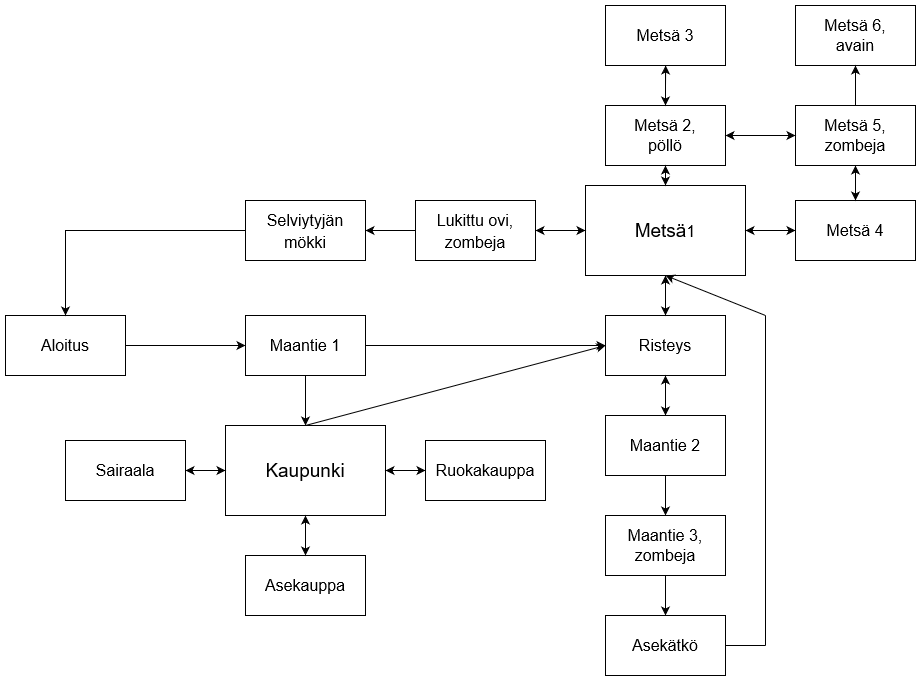
Mikael-Lenander/O1-tekstipeli-Zombiseikkailu keeps this draw.io diagram as map.png. Above is the earlier version. Source tidied: cells renumbered, new cells last; positions are measured from the earlier drawing's top-left corner, leaving out a move shared by most shapes. The source it was exported from:
```xml
<mxGraphModel>
  <root>
    <mxCell id="0" />
    <mxCell id="1" parent="0" />
    <mxCell id="2" value="&lt;font style=&quot;font-size: 16px&quot;&gt;Aloitus&lt;/font&gt;" style="rounded=0;whiteSpace=wrap;html=1;fontColor=default;strokeColor=default;fillColor=default;" parent="1" vertex="1">
      <mxGeometry y="310" width="120" height="60" as="geometry" />
    </mxCell>
    <mxCell id="3" style="endArrow=classic;html=1;rounded=0;fontSize=16;fontColor=default;exitX=1;exitY=0.5;exitDx=0;exitDy=0;strokeColor=default;labelBackgroundColor=default;entryX=0;entryY=0.5;entryDx=0;entryDy=0;" parent="1" edge="1" source="2" target="4">
      <mxGeometry relative="1" as="geometry" />
    </mxCell>
    <mxCell id="4" value="Maantie 1" style="rounded=0;whiteSpace=wrap;html=1;fontSize=16;fontColor=default;strokeColor=default;fillColor=default;" parent="1" vertex="1">
      <mxGeometry x="240" y="310" width="120" height="60" as="geometry" />
    </mxCell>
    <mxCell id="5" style="endArrow=classic;html=1;rounded=0;labelBackgroundColor=default;fontSize=16;fontColor=default;strokeColor=default;exitX=0.5;exitY=1;exitDx=0;exitDy=0;entryX=0.5;entryY=0;entryDx=0;entryDy=0;" parent="1" edge="1" source="4" target="6">
      <mxGeometry relative="1" as="geometry" />
    </mxCell>
    <mxCell id="6" value="&lt;font style=&quot;font-size: 19px&quot;&gt;Kaupunki&lt;/font&gt;" style="rounded=0;whiteSpace=wrap;html=1;fontSize=16;fontColor=default;strokeColor=default;fillColor=default;" parent="1" vertex="1">
      <mxGeometry x="220" y="420" width="160" height="90" as="geometry" />
    </mxCell>
    <mxCell id="7" style="endArrow=classic;html=1;rounded=0;labelBackgroundColor=default;fontSize=19;fontColor=default;strokeColor=default;exitX=1;exitY=0.5;exitDx=0;exitDy=0;fillColor=default;" parent="1" edge="1" source="6">
      <mxGeometry relative="1" as="geometry">
        <mxPoint x="420" y="465" as="targetPoint" />
      </mxGeometry>
    </mxCell>
    <mxCell id="8" style="endArrow=classic;html=1;rounded=0;labelBackgroundColor=default;fontSize=19;fontColor=default;strokeColor=default;exitX=0;exitY=0.5;exitDx=0;exitDy=0;fillColor=default;" parent="1" edge="1" source="6">
      <mxGeometry relative="1" as="geometry">
        <mxPoint x="180" y="465" as="targetPoint" />
      </mxGeometry>
    </mxCell>
    <mxCell id="9" style="edgeStyle=orthogonalEdgeStyle;rounded=0;jettySize=auto;html=1;" parent="1" edge="1" source="10" target="6">
      <mxGeometry relative="1" as="geometry" />
    </mxCell>
    <mxCell id="10" value="&lt;font style=&quot;font-size: 16px&quot;&gt;Sairaala&lt;/font&gt;" style="rounded=0;whiteSpace=wrap;html=1;fontColor=default;strokeColor=default;fillColor=default;" parent="1" vertex="1">
      <mxGeometry x="60" y="435" width="120" height="60" as="geometry" />
    </mxCell>
    <mxCell id="11" value="&lt;font style=&quot;font-size: 16px&quot;&gt;Asekauppa&lt;/font&gt;" style="rounded=0;whiteSpace=wrap;html=1;fontColor=default;strokeColor=default;fillColor=default;" parent="1" vertex="1">
      <mxGeometry x="240" y="550" width="120" height="60" as="geometry" />
    </mxCell>
    <mxCell id="12" style="edgeStyle=orthogonalEdgeStyle;rounded=0;jettySize=auto;html=1;" parent="1" edge="1" source="13" target="6">
      <mxGeometry relative="1" as="geometry" />
    </mxCell>
    <mxCell id="13" value="&lt;font style=&quot;font-size: 16px&quot;&gt;Ruokakauppa&lt;/font&gt;" style="rounded=0;whiteSpace=wrap;html=1;fontColor=default;strokeColor=default;fillColor=default;" parent="1" vertex="1">
      <mxGeometry x="420" y="435" width="120" height="60" as="geometry" />
    </mxCell>
    <mxCell id="14" style="endArrow=classic;html=1;rounded=0;labelBackgroundColor=default;fontSize=16;fontColor=default;strokeColor=default;exitX=1;exitY=0.5;exitDx=0;exitDy=0;entryX=0;entryY=0.5;entryDx=0;entryDy=0;" parent="1" edge="1" source="4" target="15">
      <mxGeometry relative="1" as="geometry" />
    </mxCell>
    <mxCell id="15" value="Risteys" style="rounded=0;whiteSpace=wrap;html=1;fontSize=16;fontColor=default;strokeColor=default;fillColor=default;" parent="1" vertex="1">
      <mxGeometry x="600" y="310" width="120" height="60" as="geometry" />
    </mxCell>
    <mxCell id="16" style="endArrow=classic;html=1;rounded=0;labelBackgroundColor=default;fontSize=16;fontColor=default;strokeColor=default;exitX=0.5;exitY=1;exitDx=0;exitDy=0;" parent="1" edge="1" source="15">
      <mxGeometry relative="1" as="geometry">
        <mxPoint x="660" y="410" as="targetPoint" />
      </mxGeometry>
    </mxCell>
    <mxCell id="17" style="edgeStyle=orthogonalEdgeStyle;rounded=0;jettySize=auto;html=1;" parent="1" edge="1" source="18" target="15">
      <mxGeometry relative="1" as="geometry" />
    </mxCell>
    <mxCell id="18" value="Maantie 2" style="rounded=0;whiteSpace=wrap;html=1;fontSize=16;fontColor=default;strokeColor=default;fillColor=default;" parent="1" vertex="1">
      <mxGeometry x="600" y="410" width="120" height="60" as="geometry" />
    </mxCell>
    <mxCell id="19" style="endArrow=classic;html=1;rounded=0;labelBackgroundColor=default;fontSize=16;fontColor=default;strokeColor=default;fillColor=default;exitX=0.5;exitY=1;exitDx=0;exitDy=0;" parent="1" edge="1" source="18">
      <mxGeometry relative="1" as="geometry">
        <mxPoint x="660" y="510" as="targetPoint" />
      </mxGeometry>
    </mxCell>
    <mxCell id="20" value="&lt;div&gt;Maantie 3,&lt;/div&gt;&lt;div&gt;zombeja&lt;br&gt;&lt;/div&gt;" style="rounded=0;whiteSpace=wrap;html=1;fontSize=16;fontColor=default;strokeColor=default;fillColor=default;" parent="1" vertex="1">
      <mxGeometry x="600" y="510" width="120" height="60" as="geometry" />
    </mxCell>
    <mxCell id="21" style="endArrow=classic;html=1;rounded=0;labelBackgroundColor=default;fontSize=16;fontColor=default;strokeColor=default;fillColor=default;exitX=0.5;exitY=1;exitDx=0;exitDy=0;" parent="1" edge="1" source="20">
      <mxGeometry relative="1" as="geometry">
        <mxPoint x="660" y="610" as="targetPoint" />
      </mxGeometry>
    </mxCell>
    <mxCell id="22" style="endArrow=none;html=1;rounded=0;labelBackgroundColor=default;fontSize=16;fontColor=default;strokeColor=default;fillColor=default;" parent="1" edge="1">
      <mxGeometry relative="1" as="geometry">
        <mxPoint x="760" y="640" as="sourcePoint" />
        <mxPoint x="760" y="310" as="targetPoint" />
      </mxGeometry>
    </mxCell>
    <mxCell id="23" value="Asekätkö" style="rounded=0;whiteSpace=wrap;html=1;fontSize=16;fontColor=default;strokeColor=default;fillColor=default;" parent="1" vertex="1">
      <mxGeometry x="600" y="610" width="120" height="60" as="geometry" />
    </mxCell>
    <mxCell id="24" style="endArrow=classic;html=1;rounded=0;labelBackgroundColor=default;fontSize=16;fontColor=default;strokeColor=default;fillColor=default;exitX=0.5;exitY=0;exitDx=0;exitDy=0;" parent="1" edge="1" source="15">
      <mxGeometry relative="1" as="geometry">
        <mxPoint x="660" y="270" as="targetPoint" />
      </mxGeometry>
    </mxCell>
    <mxCell id="25" style="edgeStyle=orthogonalEdgeStyle;rounded=0;jettySize=auto;html=1;" parent="1" edge="1" source="26" target="15">
      <mxGeometry relative="1" as="geometry" />
    </mxCell>
    <mxCell id="26" value="&lt;font style=&quot;font-size: 19px&quot;&gt;Metsä&lt;/font&gt;1" style="rounded=0;whiteSpace=wrap;html=1;fontSize=16;fontColor=default;strokeColor=default;fillColor=default;" parent="1" vertex="1">
      <mxGeometry x="580" y="180" width="160" height="90" as="geometry" />
    </mxCell>
    <mxCell id="27" style="endArrow=classic;html=1;rounded=0;labelBackgroundColor=default;fontSize=19;fontColor=default;strokeColor=default;fillColor=default;exitX=1;exitY=0.5;exitDx=0;exitDy=0;" parent="1" edge="1" source="26">
      <mxGeometry relative="1" as="geometry">
        <mxPoint x="790" y="225" as="targetPoint" />
      </mxGeometry>
    </mxCell>
    <mxCell id="28" style="edgeStyle=orthogonalEdgeStyle;rounded=0;jettySize=auto;html=1;" parent="1" edge="1" source="29" target="26">
      <mxGeometry relative="1" as="geometry" />
    </mxCell>
    <mxCell id="29" value="Metsä 4" style="rounded=0;whiteSpace=wrap;html=1;fontSize=16;fontColor=default;strokeColor=default;fillColor=default;" parent="1" vertex="1">
      <mxGeometry x="790" y="195" width="120" height="60" as="geometry" />
    </mxCell>
    <mxCell id="30" style="endArrow=classic;html=1;rounded=0;labelBackgroundColor=default;fontSize=19;fontColor=default;strokeColor=default;fillColor=default;exitX=0;exitY=0.5;exitDx=0;exitDy=0;" parent="1" edge="1" source="26">
      <mxGeometry relative="1" as="geometry">
        <mxPoint x="530" y="225" as="targetPoint" />
      </mxGeometry>
    </mxCell>
    <mxCell id="31" style="edgeStyle=orthogonalEdgeStyle;rounded=0;jettySize=auto;html=1;" parent="1" edge="1" source="32" target="26">
      <mxGeometry relative="1" as="geometry" />
    </mxCell>
    <mxCell id="32" value="&lt;div&gt;&lt;font style=&quot;font-size: 16px&quot;&gt;Lukittu ovi,&lt;/font&gt;&lt;/div&gt;&lt;div&gt;&lt;font style=&quot;font-size: 16px&quot;&gt;zombeja&lt;br&gt;&lt;/font&gt;&lt;/div&gt;" style="rounded=0;whiteSpace=wrap;html=1;fontSize=19;fontColor=default;strokeColor=default;fillColor=default;" parent="1" vertex="1">
      <mxGeometry x="410" y="195" width="120" height="60" as="geometry" />
    </mxCell>
    <mxCell id="33" style="endArrow=classic;html=1;rounded=0;labelBackgroundColor=default;fontSize=16;fontColor=default;strokeColor=default;fillColor=default;exitX=0.5;exitY=0;exitDx=0;exitDy=0;" parent="1" edge="1" source="29">
      <mxGeometry relative="1" as="geometry">
        <mxPoint x="850" y="160" as="targetPoint" />
      </mxGeometry>
    </mxCell>
    <mxCell id="34" style="edgeStyle=orthogonalEdgeStyle;rounded=0;jettySize=auto;html=1;" parent="1" edge="1" source="35" target="29">
      <mxGeometry relative="1" as="geometry" />
    </mxCell>
    <mxCell id="35" value="&lt;div&gt;Metsä 5,&lt;/div&gt;&lt;div&gt;zombeja&lt;br&gt;&lt;/div&gt;" style="rounded=0;whiteSpace=wrap;html=1;fontSize=16;fontColor=default;strokeColor=default;fillColor=default;" parent="1" vertex="1">
      <mxGeometry x="790" y="100" width="120" height="60" as="geometry" />
    </mxCell>
    <mxCell id="36" value="&lt;div&gt;Metsä 6,&lt;/div&gt;&lt;div&gt; avain&lt;/div&gt;" style="rounded=0;whiteSpace=wrap;html=1;fontSize=16;fontColor=default;strokeColor=default;fillColor=default;" parent="1" vertex="1">
      <mxGeometry x="790" width="120" height="60" as="geometry" />
    </mxCell>
    <mxCell id="37" style="endArrow=classic;html=1;rounded=0;labelBackgroundColor=default;fontSize=16;fontColor=default;strokeColor=default;fillColor=default;exitX=0.5;exitY=0;exitDx=0;exitDy=0;entryX=0.5;entryY=1;entryDx=0;entryDy=0;" parent="1" edge="1" source="35" target="36">
      <mxGeometry relative="1" as="geometry" />
    </mxCell>
    <mxCell id="38" style="edgeStyle=orthogonalEdgeStyle;rounded=0;jettySize=auto;html=1;exitX=0.5;exitY=0;exitDx=0;exitDy=0;" parent="1" edge="1" source="39">
      <mxGeometry relative="1" as="geometry">
        <mxPoint x="660.2" y="60" as="targetPoint" />
      </mxGeometry>
    </mxCell>
    <mxCell id="39" value="&lt;div&gt;Metsä 2,&lt;/div&gt;&lt;div&gt;pöllö&lt;br&gt;&lt;/div&gt;" style="rounded=0;whiteSpace=wrap;html=1;fontSize=16;fontColor=default;strokeColor=default;fillColor=default;" parent="1" vertex="1">
      <mxGeometry x="600" y="100" width="120" height="60" as="geometry" />
    </mxCell>
    <mxCell id="40" style="endArrow=classic;startArrow=classic;html=1;rounded=0;labelBackgroundColor=default;fontSize=16;fontColor=default;strokeColor=default;fillColor=default;exitX=0.5;exitY=0;exitDx=0;exitDy=0;entryX=0.5;entryY=1;entryDx=0;entryDy=0;" parent="1" edge="1" source="26" target="39">
      <mxGeometry relative="1" as="geometry" />
    </mxCell>
    <mxCell id="41" style="endArrow=classic;startArrow=classic;html=1;rounded=0;labelBackgroundColor=default;fontSize=16;fontColor=default;strokeColor=default;fillColor=default;entryX=0;entryY=0.5;entryDx=0;entryDy=0;exitX=1;exitY=0.5;exitDx=0;exitDy=0;" parent="1" edge="1" source="39" target="35">
      <mxGeometry relative="1" as="geometry" />
    </mxCell>
    <mxCell id="42" style="endArrow=none;html=1;rounded=0;labelBackgroundColor=default;fontSize=16;fontColor=default;strokeColor=default;fillColor=default;exitX=1;exitY=0.5;exitDx=0;exitDy=0;" parent="1" edge="1" source="23">
      <mxGeometry relative="1" as="geometry">
        <mxPoint x="760" y="640" as="targetPoint" />
      </mxGeometry>
    </mxCell>
    <mxCell id="43" style="endArrow=classic;html=1;rounded=0;exitX=0.5;exitY=0;exitDx=0;exitDy=0;entryX=0;entryY=0.5;entryDx=0;entryDy=0;" parent="1" edge="1" source="6" target="15">
      <mxGeometry relative="1" as="geometry" />
    </mxCell>
    <mxCell id="44" style="endArrow=classic;html=1;rounded=0;entryX=0.5;entryY=1;entryDx=0;entryDy=0;" parent="1" edge="1" target="26">
      <mxGeometry relative="1" as="geometry">
        <mxPoint x="760" y="310" as="sourcePoint" />
      </mxGeometry>
    </mxCell>
    <mxCell id="45" style="endArrow=classic;html=1;rounded=0;exitX=0;exitY=0.5;exitDx=0;exitDy=0;" parent="1" edge="1" source="32">
      <mxGeometry relative="1" as="geometry">
        <mxPoint x="360" y="225" as="targetPoint" />
      </mxGeometry>
    </mxCell>
    <mxCell id="46" style="edgeStyle=orthogonalEdgeStyle;rounded=0;jettySize=auto;html=1;entryX=0.5;entryY=0;entryDx=0;entryDy=0;" parent="1" edge="1" source="47" target="2">
      <mxGeometry relative="1" as="geometry" />
    </mxCell>
    <mxCell id="47" value="&lt;font style=&quot;font-size: 16px&quot;&gt;Selviytyjän mökki&lt;br&gt;&lt;/font&gt;" style="rounded=0;whiteSpace=wrap;html=1;fontSize=19;fontColor=default;strokeColor=default;fillColor=default;" parent="1" vertex="1">
      <mxGeometry x="240" y="195" width="120" height="60" as="geometry" />
    </mxCell>
    <mxCell id="48" style="endArrow=classic;startArrow=classic;html=1;rounded=0;" parent="1" edge="1" source="6" target="11">
      <mxGeometry relative="1" as="geometry" />
    </mxCell>
    <mxCell id="49" style="edgeStyle=orthogonalEdgeStyle;rounded=0;jettySize=auto;html=1;" parent="1" edge="1" source="50" target="39">
      <mxGeometry relative="1" as="geometry" />
    </mxCell>
    <mxCell id="50" value="Metsä 3" style="rounded=0;whiteSpace=wrap;html=1;fontSize=16;fontColor=default;strokeColor=default;fillColor=default;" parent="1" vertex="1">
      <mxGeometry x="600" width="120" height="60" as="geometry" />
    </mxCell>
  </root>
</mxGraphModel>
```
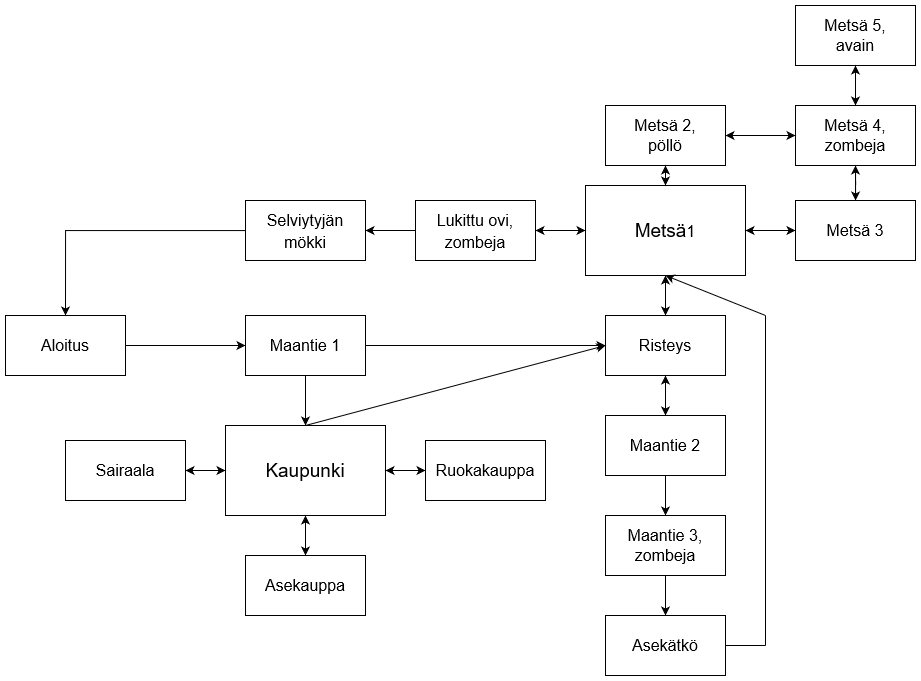
The same file after the commit.

Commit message:
Uusi kuva

What changed in the source:
```diff
@@ -100,7 +100,7 @@
     <mxCell id="28" style="edgeStyle=orthogonalEdgeStyle;rounded=0;jettySize=auto;html=1;" parent="1" edge="1" source="29" target="26">
       <mxGeometry relative="1" as="geometry" />
     </mxCell>
-    <mxCell id="29" value="Metsä 4" style="rounded=0;whiteSpace=wrap;html=1;fontSize=16;fontColor=default;strokeColor=default;fillColor=default;" parent="1" vertex="1">
+    <mxCell id="29" value="Metsä 3" style="rounded=0;whiteSpace=wrap;html=1;fontSize=16;fontColor=default;strokeColor=default;fillColor=default;" parent="1" vertex="1">
       <mxGeometry x="790" y="195" width="120" height="60" as="geometry" />
     </mxCell>
     <mxCell id="30" style="endArrow=classic;html=1;rounded=0;labelBackgroundColor=default;fontSize=19;fontColor=default;strokeColor=default;fillColor=default;exitX=0;exitY=0.5;exitDx=0;exitDy=0;" parent="1" edge="1" source="26">
@@ -122,20 +122,15 @@
     <mxCell id="34" style="edgeStyle=orthogonalEdgeStyle;rounded=0;jettySize=auto;html=1;" parent="1" edge="1" source="35" target="29">
       <mxGeometry relative="1" as="geometry" />
     </mxCell>
-    <mxCell id="35" value="&lt;div&gt;Metsä 5,&lt;/div&gt;&lt;div&gt;zombeja&lt;br&gt;&lt;/div&gt;" style="rounded=0;whiteSpace=wrap;html=1;fontSize=16;fontColor=default;strokeColor=default;fillColor=default;" parent="1" vertex="1">
+    <mxCell id="35" value="&lt;div&gt;Metsä 4,&lt;/div&gt;&lt;div&gt;zombeja&lt;br&gt;&lt;/div&gt;" style="rounded=0;whiteSpace=wrap;html=1;fontSize=16;fontColor=default;strokeColor=default;fillColor=default;" parent="1" vertex="1">
       <mxGeometry x="790" y="100" width="120" height="60" as="geometry" />
     </mxCell>
-    <mxCell id="36" value="&lt;div&gt;Metsä 6,&lt;/div&gt;&lt;div&gt; avain&lt;/div&gt;" style="rounded=0;whiteSpace=wrap;html=1;fontSize=16;fontColor=default;strokeColor=default;fillColor=default;" parent="1" vertex="1">
+    <mxCell id="36" value="&lt;div&gt;Metsä 5,&lt;/div&gt;&lt;div&gt; avain&lt;/div&gt;" style="rounded=0;whiteSpace=wrap;html=1;fontSize=16;fontColor=default;strokeColor=default;fillColor=default;" parent="1" vertex="1">
       <mxGeometry x="790" width="120" height="60" as="geometry" />
     </mxCell>
     <mxCell id="37" style="endArrow=classic;html=1;rounded=0;labelBackgroundColor=default;fontSize=16;fontColor=default;strokeColor=default;fillColor=default;exitX=0.5;exitY=0;exitDx=0;exitDy=0;entryX=0.5;entryY=1;entryDx=0;entryDy=0;" parent="1" edge="1" source="35" target="36">
       <mxGeometry relative="1" as="geometry" />
     </mxCell>
-    <mxCell id="38" style="edgeStyle=orthogonalEdgeStyle;rounded=0;jettySize=auto;html=1;exitX=0.5;exitY=0;exitDx=0;exitDy=0;" parent="1" edge="1" source="39">
-      <mxGeometry relative="1" as="geometry">
-        <mxPoint x="660.2" y="60" as="targetPoint" />
-      </mxGeometry>
-    </mxCell>
     <mxCell id="39" value="&lt;div&gt;Metsä 2,&lt;/div&gt;&lt;div&gt;pöllö&lt;br&gt;&lt;/div&gt;" style="rounded=0;whiteSpace=wrap;html=1;fontSize=16;fontColor=default;strokeColor=default;fillColor=default;" parent="1" vertex="1">
       <mxGeometry x="600" y="100" width="120" height="60" as="geometry" />
     </mxCell>
@@ -172,11 +167,8 @@
     <mxCell id="48" style="endArrow=classic;startArrow=classic;html=1;rounded=0;" parent="1" edge="1" source="6" target="11">
       <mxGeometry relative="1" as="geometry" />
     </mxCell>
-    <mxCell id="49" style="edgeStyle=orthogonalEdgeStyle;rounded=0;jettySize=auto;html=1;" parent="1" edge="1" source="50" target="39">
-      <mxGeometry relative="1" as="geometry" />
-    </mxCell>
-    <mxCell id="50" value="Metsä 3" style="rounded=0;whiteSpace=wrap;html=1;fontSize=16;fontColor=default;strokeColor=default;fillColor=default;" parent="1" vertex="1">
-      <mxGeometry x="600" width="120" height="60" as="geometry" />
-    </mxCell>
+    <mxCell id="51" style="endArrow=classic;html=1;rounded=0;exitX=0.5;exitY=1;exitDx=0;exitDy=0;entryX=0.5;entryY=0;entryDx=0;entryDy=0;" parent="1" edge="1" source="36" target="35">
+      <mxGeometry relative="1" as="geometry" />
+    </mxCell>
   </root>
 </mxGraphModel>
```
